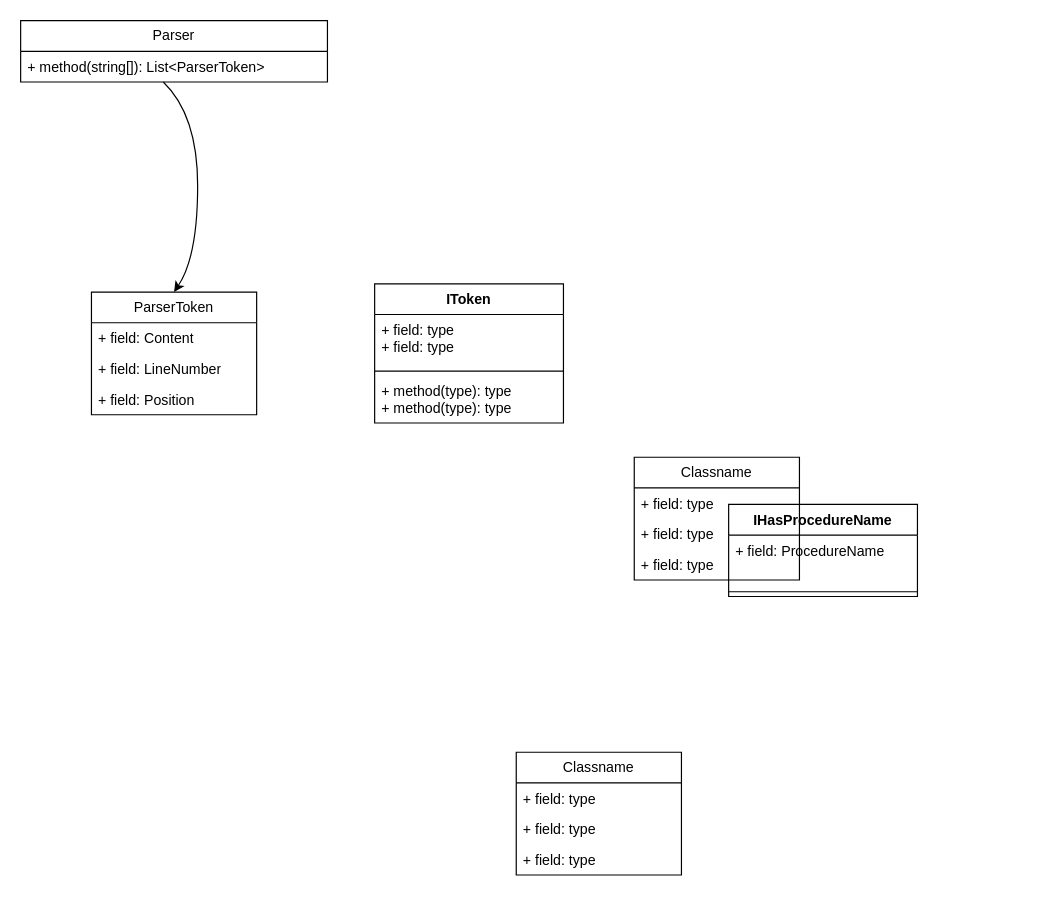
This is Untitled Diagram.drawio from tomaszcekalo/StaticProgramAnalyzer, a draw.io file, before an edit. Source tidied: cells renumbered, new cells numbered last; positions are measured from the earlier drawing's top-left corner, leaving out a move shared by most shapes. Both pictures are drawn from the tidied source at 118%, with x=0, y=0 at pixel (20, 20).
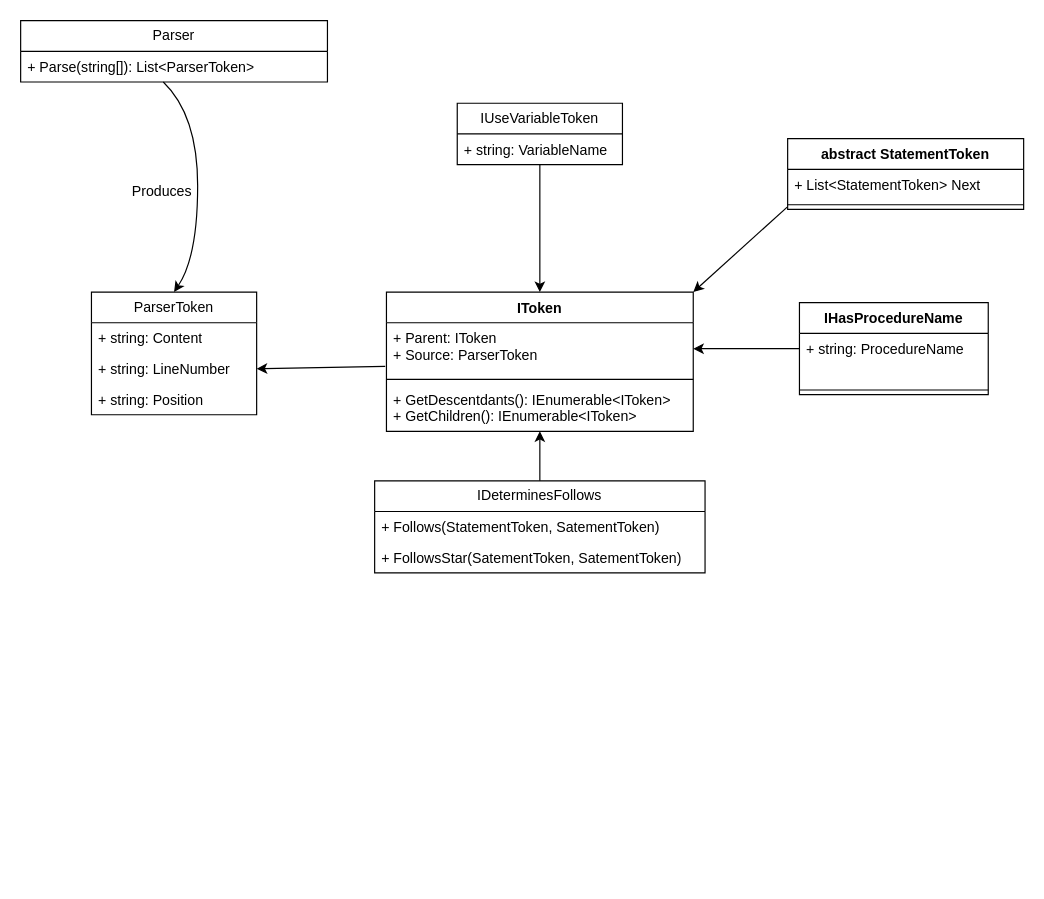
After the change.

The change refers to these unchanged cells:
```xml
<mxCell id="17" value="&lt;div&gt;ParserToken&lt;/div&gt;" style="swimlane;fontStyle=0;horizontal=1;startSize=26;fillColor=none;whiteSpace=wrap;html=1;" parent="1" vertex="1">
  <mxGeometry x="60" y="230" width="140" height="104" as="geometry" />
</mxCell>
<mxCell id="21" value="Parser" style="swimlane;fontStyle=0;horizontal=1;startSize=26;fillColor=none;whiteSpace=wrap;html=1;" parent="1" vertex="1">
  <mxGeometry width="260" height="52" as="geometry" />
</mxCell>
```

The edit, as a diff of the source:
```diff
@@
     <mxCell id="2" value="&lt;div&gt;IToken&lt;/div&gt;" style="swimlane;fontStyle=1;align=center;verticalAlign=top;horizontal=1;startSize=26;whiteSpace=wrap;html=1;" parent="1" vertex="1">
-      <mxGeometry x="300" y="223" width="160" height="118" as="geometry" />
+      <mxGeometry x="310" y="230" width="260" height="118" as="geometry" />
     </mxCell>
-    <mxCell id="3" value="&lt;div&gt;+ field: type&lt;/div&gt;&lt;div&gt;+ field: type&lt;/div&gt;" style="text;strokeColor=none;fillColor=none;align=left;verticalAlign=top;spacingLeft=4;spacingRight=4;overflow=hidden;points=[[0,0.5],[1,0.5]];portConstraint=eastwest;whiteSpace=wrap;html=1;" parent="2" vertex="1">
-      <mxGeometry y="26" width="160" height="44" as="geometry" />
+    <mxCell id="3" value="&lt;div&gt;+ Parent: IToken&lt;br&gt;&lt;/div&gt;&lt;div&gt;+ Source: ParserToken&lt;/div&gt;" style="text;strokeColor=none;fillColor=none;align=left;verticalAlign=top;spacingLeft=4;spacingRight=4;overflow=hidden;points=[[0,0.5],[1,0.5]];portConstraint=eastwest;whiteSpace=wrap;html=1;" parent="2" vertex="1">
+      <mxGeometry y="26" width="260" height="44" as="geometry" />
     </mxCell>
     <mxCell id="4" style="line;strokeWidth=1;fillColor=none;align=left;verticalAlign=middle;spacingTop=-1;spacingLeft=3;spacingRight=3;labelPosition=right;strokeColor=inherit;" parent="2" vertex="1">
-      <mxGeometry y="70" width="160" height="8" as="geometry" />
+      <mxGeometry y="70" width="260" height="8" as="geometry" />
     </mxCell>
-    <mxCell id="5" value="&lt;div&gt;+ method(type): type&lt;/div&gt;&lt;div&gt;+ method(type): type&lt;/div&gt;" style="text;strokeColor=none;fillColor=none;align=left;verticalAlign=top;spacingLeft=4;spacingRight=4;overflow=hidden;whiteSpace=wrap;html=1;" parent="2" vertex="1">
-      <mxGeometry y="78" width="160" height="40" as="geometry" />
+    <mxCell id="5" value="&lt;div&gt;+ GetDescentdants(): IEnumerable&amp;lt;IToken&amp;gt;&lt;/div&gt;&lt;div&gt;+ GetChildren(): IEnumerable&amp;lt;IToken&amp;gt;&lt;/div&gt;" style="text;strokeColor=none;fillColor=none;align=left;verticalAlign=top;spacingLeft=4;spacingRight=4;overflow=hidden;whiteSpace=wrap;html=1;" parent="2" vertex="1">
+      <mxGeometry y="78" width="260" height="40" as="geometry" />
     </mxCell>
+    <mxCell id="24" style="edgeStyle=orthogonalEdgeStyle;rounded=0;jettySize=auto;html=1;exitX=0.5;exitY=0;exitDx=0;exitDy=0;entryX=0.5;entryY=1;entryDx=0;entryDy=0;" parent="1" edge="1" source="6" target="2">
+      <mxGeometry relative="1" as="geometry" />
+    </mxCell>
-    <mxCell id="6" value="Classname" style="swimlane;fontStyle=0;horizontal=1;startSize=26;fillColor=none;whiteSpace=wrap;html=1;" parent="1" vertex="1">
-      <mxGeometry x="420" y="620" width="140" height="104" as="geometry" />
+    <mxCell id="6" value="IDeterminesFollows" style="swimlane;fontStyle=0;horizontal=1;startSize=26;fillColor=none;whiteSpace=wrap;html=1;" parent="1" vertex="1">
+      <mxGeometry x="300" y="390" width="280" height="78" as="geometry" />
     </mxCell>
-    <mxCell id="7" value="+ field: type" style="text;strokeColor=none;fillColor=none;align=left;verticalAlign=top;spacingLeft=4;spacingRight=4;overflow=hidden;whiteSpace=wrap;html=1;" parent="6" vertex="1">
-      <mxGeometry y="26" width="140" height="26" as="geometry" />
+    <mxCell id="7" value="+ Follows(StatementToken, SatementToken)" style="text;strokeColor=none;fillColor=none;align=left;verticalAlign=top;spacingLeft=4;spacingRight=4;overflow=hidden;whiteSpace=wrap;html=1;" parent="6" vertex="1">
+      <mxGeometry y="26" width="280" height="26" as="geometry" />
     </mxCell>
-    <mxCell id="8" value="+ field: type" style="text;strokeColor=none;fillColor=none;align=left;verticalAlign=top;spacingLeft=4;spacingRight=4;overflow=hidden;whiteSpace=wrap;html=1;" parent="6" vertex="1">
-      <mxGeometry y="52" width="140" height="26" as="geometry" />
+    <mxCell id="8" value="+ FollowsStar(SatementToken, SatementToken)" style="text;strokeColor=none;fillColor=none;align=left;verticalAlign=top;spacingLeft=4;spacingRight=4;overflow=hidden;whiteSpace=wrap;html=1;" parent="6" vertex="1">
+      <mxGeometry y="52" width="280" height="26" as="geometry" />
     </mxCell>
-    <mxCell id="9" value="+ field: type" style="text;strokeColor=none;fillColor=none;align=left;verticalAlign=top;spacingLeft=4;spacingRight=4;overflow=hidden;whiteSpace=wrap;html=1;" parent="6" vertex="1">
-      <mxGeometry y="78" width="140" height="26" as="geometry" />
-    </mxCell>
+    <mxCell id="25" style="edgeStyle=orthogonalEdgeStyle;rounded=0;jettySize=auto;html=1;exitX=0;exitY=0.5;exitDx=0;exitDy=0;entryX=1;entryY=0.5;entryDx=0;entryDy=0;" parent="1" edge="1" source="10" target="3">
+      <mxGeometry relative="1" as="geometry" />
+    </mxCell>
     <mxCell id="10" value="IHasProcedureName" style="swimlane;fontStyle=1;align=center;verticalAlign=top;horizontal=1;startSize=26;whiteSpace=wrap;html=1;" parent="1" vertex="1">
-      <mxGeometry x="600" y="410" width="160" height="78" as="geometry" />
+      <mxGeometry x="660" y="239" width="160" height="78" as="geometry" />
     </mxCell>
-    <mxCell id="11" value="&lt;div&gt;+ field: ProcedureName&lt;/div&gt;" style="text;strokeColor=none;fillColor=none;align=left;verticalAlign=top;spacingLeft=4;spacingRight=4;overflow=hidden;whiteSpace=wrap;html=1;" parent="10" vertex="1">
+    <mxCell id="11" value="&lt;div&gt;+ string: ProcedureName&lt;/div&gt;" style="text;strokeColor=none;fillColor=none;align=left;verticalAlign=top;spacingLeft=4;spacingRight=4;overflow=hidden;whiteSpace=wrap;html=1;" parent="10" vertex="1">
       <mxGeometry y="26" width="160" height="44" as="geometry" />
     </mxCell>
@@
-    <mxCell id="13" value="Classname" style="swimlane;fontStyle=0;horizontal=1;startSize=26;fillColor=none;whiteSpace=wrap;html=1;" parent="1" vertex="1">
-      <mxGeometry x="520" y="370" width="140" height="104" as="geometry" />
-    </mxCell>
-    <mxCell id="14" value="+ field: type" style="text;strokeColor=none;fillColor=none;align=left;verticalAlign=top;spacingLeft=4;spacingRight=4;overflow=hidden;whiteSpace=wrap;html=1;" parent="13" vertex="1">
-      <mxGeometry y="26" width="140" height="26" as="geometry" />
-    </mxCell>
-    <mxCell id="15" value="+ field: type" style="text;strokeColor=none;fillColor=none;align=left;verticalAlign=top;spacingLeft=4;spacingRight=4;overflow=hidden;whiteSpace=wrap;html=1;" parent="13" vertex="1">
-      <mxGeometry y="52" width="140" height="26" as="geometry" />
-    </mxCell>
-    <mxCell id="16" value="+ field: type" style="text;strokeColor=none;fillColor=none;align=left;verticalAlign=top;spacingLeft=4;spacingRight=4;overflow=hidden;whiteSpace=wrap;html=1;" parent="13" vertex="1">
-      <mxGeometry y="78" width="140" height="26" as="geometry" />
-    </mxCell>
@@
-    <mxCell id="18" value="+ field: Content" style="text;strokeColor=none;fillColor=none;align=left;verticalAlign=top;spacingLeft=4;spacingRight=4;overflow=hidden;whiteSpace=wrap;html=1;" parent="17" vertex="1">
+    <mxCell id="18" value="+ string: Content" style="text;strokeColor=none;fillColor=none;align=left;verticalAlign=top;spacingLeft=4;spacingRight=4;overflow=hidden;whiteSpace=wrap;html=1;" parent="17" vertex="1">
       <mxGeometry y="26" width="140" height="26" as="geometry" />
     </mxCell>
-    <mxCell id="19" value="+ field: LineNumber" style="text;strokeColor=none;fillColor=none;align=left;verticalAlign=top;spacingLeft=4;spacingRight=4;overflow=hidden;points=[[0,0.5],[1,0.5]];portConstraint=eastwest;whiteSpace=wrap;html=1;" parent="17" vertex="1">
+    <mxCell id="19" value="+ string: LineNumber" style="text;strokeColor=none;fillColor=none;align=left;verticalAlign=top;spacingLeft=4;spacingRight=4;overflow=hidden;points=[[0,0.5],[1,0.5]];portConstraint=eastwest;whiteSpace=wrap;html=1;" parent="17" vertex="1">
       <mxGeometry y="52" width="140" height="26" as="geometry" />
     </mxCell>
-    <mxCell id="20" value="+ field: Position" style="text;strokeColor=none;fillColor=none;align=left;verticalAlign=top;spacingLeft=4;spacingRight=4;overflow=hidden;whiteSpace=wrap;html=1;" parent="17" vertex="1">
+    <mxCell id="20" value="+ string: Position" style="text;strokeColor=none;fillColor=none;align=left;verticalAlign=top;spacingLeft=4;spacingRight=4;overflow=hidden;whiteSpace=wrap;html=1;" parent="17" vertex="1">
       <mxGeometry y="78" width="140" height="26" as="geometry" />
     </mxCell>
@@
-    <mxCell id="22" value="&lt;div&gt;+ method(string[]): List&amp;lt;ParserToken&amp;gt;&lt;/div&gt;" style="text;strokeColor=none;fillColor=none;align=left;verticalAlign=top;spacingLeft=4;spacingRight=4;overflow=hidden;points=[[0,0.5],[1,0.5]];portConstraint=eastwest;whiteSpace=wrap;html=1;" parent="21" vertex="1">
+    <mxCell id="22" value="&lt;div&gt;+ Parse(string[]): List&amp;lt;ParserToken&amp;gt;&lt;/div&gt;" style="text;strokeColor=none;fillColor=none;align=left;verticalAlign=top;spacingLeft=4;spacingRight=4;overflow=hidden;points=[[0,0.5],[1,0.5]];portConstraint=eastwest;whiteSpace=wrap;html=1;" parent="21" vertex="1">
       <mxGeometry y="26" width="260" height="26" as="geometry" />
     </mxCell>
@@
+    <mxCell id="26" value="Produces" style="text;strokeColor=none;align=center;fillColor=none;html=1;verticalAlign=middle;whiteSpace=wrap;rounded=0;" parent="1" vertex="1">
+      <mxGeometry x="90" y="130" width="60" height="30" as="geometry" />
+    </mxCell>
+    <mxCell id="27" style="endArrow=classic;html=1;rounded=0;entryX=1;entryY=0.5;entryDx=0;entryDy=0;exitX=-0.004;exitY=0.841;exitDx=0;exitDy=0;exitPerimeter=0;" parent="1" edge="1" source="3" target="19">
+      <mxGeometry relative="1" as="geometry" />
+    </mxCell>
+    <mxCell id="28" value="IUseVariableToken" style="swimlane;fontStyle=0;horizontal=1;startSize=26;fillColor=none;whiteSpace=wrap;html=1;" parent="1" vertex="1">
+      <mxGeometry x="370" y="70" width="140" height="52" as="geometry" />
+    </mxCell>
+    <mxCell id="29" value="+ string: VariableName" style="text;strokeColor=none;fillColor=none;align=left;verticalAlign=top;spacingLeft=4;spacingRight=4;overflow=hidden;whiteSpace=wrap;html=1;" parent="28" vertex="1">
+      <mxGeometry y="26" width="140" height="26" as="geometry" />
+    </mxCell>
+    <mxCell id="30" style="edgeStyle=orthogonalEdgeStyle;rounded=0;jettySize=auto;html=1;entryX=0.5;entryY=0;entryDx=0;entryDy=0;exitX=0.5;exitY=1;exitDx=0;exitDy=0;" parent="1" edge="1" source="28" target="2">
+      <mxGeometry relative="1" as="geometry" />
+    </mxCell>
+    <mxCell id="31" value="abstract StatementToken" style="swimlane;fontStyle=1;align=center;verticalAlign=top;horizontal=1;startSize=26;whiteSpace=wrap;html=1;" parent="1" vertex="1">
+      <mxGeometry x="650" y="100" width="200" height="60" as="geometry" />
+    </mxCell>
+    <mxCell id="32" value="+ List&amp;lt;StatementToken&amp;gt; Next" style="text;strokeColor=none;fillColor=none;align=left;verticalAlign=top;spacingLeft=4;spacingRight=4;overflow=hidden;whiteSpace=wrap;html=1;" parent="31" vertex="1">
+      <mxGeometry y="26" width="200" height="26" as="geometry" />
+    </mxCell>
+    <mxCell id="33" style="line;strokeWidth=1;fillColor=none;align=left;verticalAlign=middle;spacingTop=-1;spacingLeft=3;spacingRight=3;labelPosition=right;strokeColor=inherit;" parent="31" vertex="1">
+      <mxGeometry y="52" width="200" height="8" as="geometry" />
+    </mxCell>
+    <mxCell id="34" style="endArrow=classic;html=1;rounded=0;entryX=1;entryY=0;entryDx=0;entryDy=0;exitX=0.013;exitY=1.077;exitDx=0;exitDy=0;exitPerimeter=0;" parent="1" edge="1" target="2">
+      <mxGeometry relative="1" as="geometry">
+        <mxPoint x="649.6" y="158" as="sourcePoint" />
+      </mxGeometry>
+    </mxCell>
```
